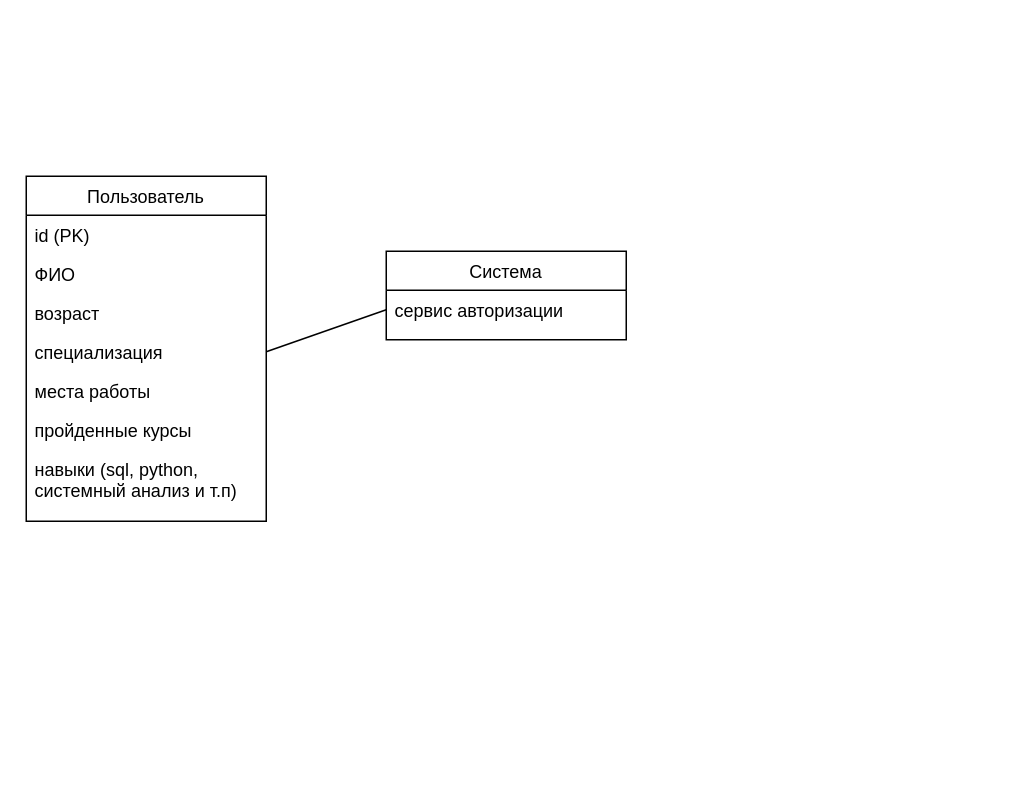
This is Сервис по созданию резюме Тест.drawio from pytonuserouner/UML_study, a draw.io file, before an edit. Source tidied: cells renumbered, new cells numbered last; positions are measured from the earlier drawing's top-left corner, leaving out a move shared by most shapes. Both pictures are drawn from the tidied source at 150%, with x=0, y=0 at pixel (26, 176).
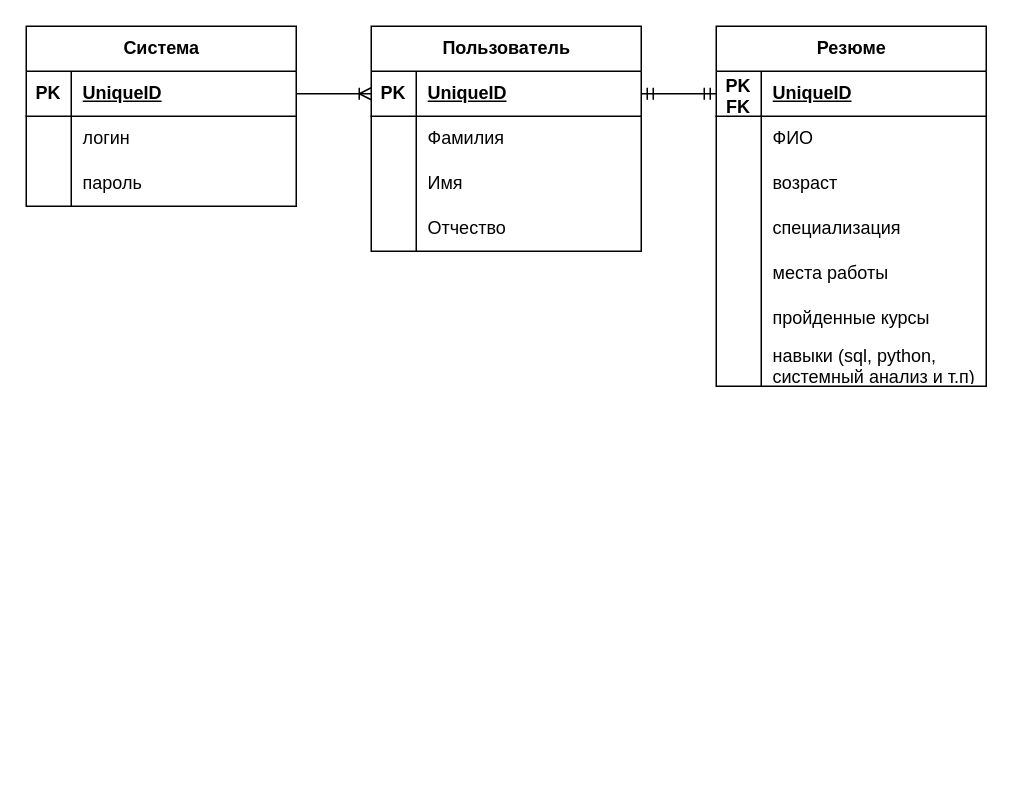
Above is the later version.

Diff of the diagram source:
```diff
@@
+    <mxCell id="13" style="edgeStyle=entityRelationEdgeStyle;fontSize=12;html=1;endArrow=ERoneToMany;rounded=0;entryX=0;entryY=0.5;entryDx=0;entryDy=0;exitX=1;exitY=0.5;exitDx=0;exitDy=0;" parent="1" edge="1" source="27" target="14">
+      <mxGeometry relative="1" as="geometry" />
+    </mxCell>
-    <mxCell id="2" value="Пользователь" style="swimlane;fontStyle=0;align=center;verticalAlign=top;horizontal=1;startSize=26;rounded=0;shadow=0;strokeWidth=1;" parent="1" vertex="1">
-      <mxGeometry width="160" height="230" as="geometry" />
+    <mxCell id="2" value="Пользователь" style="shape=table;startSize=30;childLayout=tableLayout;rowLines=0;fontStyle=1;align=center;html=1;" parent="1" vertex="1">
+      <mxGeometry x="230" y="-100" width="180" height="150" as="geometry" />
     </mxCell>
-    <mxCell id="3" value="id (PK)" style="text;align=left;verticalAlign=top;spacingLeft=4;spacingRight=4;overflow=hidden;" parent="2" vertex="1">
-      <mxGeometry y="26" width="160" height="26" as="geometry" />
-    </mxCell>
+    <mxCell id="14" style="shape=tableRow;horizontal=0;startSize=0;swimlaneHead=0;swimlaneBody=0;fillColor=none;points=[[0,0.5],[1,0.5]];portConstraint=eastwest;top=0;left=0;right=0;bottom=1;" parent="2" vertex="1">
+      <mxGeometry y="30" width="180" height="30" as="geometry" />
+    </mxCell>
+    <mxCell id="15" value="PK" style="shape=partialRectangle;fillColor=none;top=0;left=0;bottom=0;right=0;fontStyle=1;overflow=hidden;whiteSpace=wrap;html=1;" parent="14" vertex="1">
+      <mxGeometry width="30" height="30" as="geometry" />
+    </mxCell>
+    <mxCell id="16" value="UniqueID" style="shape=partialRectangle;fillColor=none;top=0;left=0;bottom=0;right=0;align=left;spacingLeft=6;fontStyle=5;overflow=hidden;whiteSpace=wrap;html=1;" parent="14" vertex="1">
+      <mxGeometry x="30" width="150" height="30" as="geometry" />
+    </mxCell>
+    <mxCell id="17" style="shape=tableRow;horizontal=0;startSize=0;swimlaneHead=0;swimlaneBody=0;fillColor=none;top=0;left=0;right=0;bottom=0;" parent="2" vertex="1">
+      <mxGeometry y="60" width="180" height="30" as="geometry" />
+    </mxCell>
+    <mxCell id="18" style="shape=partialRectangle;fillColor=none;top=0;left=0;bottom=0;right=0;overflow=hidden;whiteSpace=wrap;html=1;" parent="17" vertex="1">
+      <mxGeometry width="30" height="30" as="geometry" />
+    </mxCell>
+    <mxCell id="19" value="&lt;span style=&quot;text-wrap-mode: nowrap;&quot;&gt;Фамилия&lt;/span&gt;" style="shape=partialRectangle;fillColor=none;top=0;left=0;bottom=0;right=0;align=left;spacingLeft=6;overflow=hidden;whiteSpace=wrap;html=1;" parent="17" vertex="1">
+      <mxGeometry x="30" width="150" height="30" as="geometry" />
+    </mxCell>
+    <mxCell id="20" style="shape=tableRow;horizontal=0;startSize=0;swimlaneHead=0;swimlaneBody=0;fillColor=none;top=0;left=0;right=0;bottom=0;" parent="2" vertex="1">
+      <mxGeometry y="90" width="180" height="30" as="geometry" />
+    </mxCell>
+    <mxCell id="21" style="shape=partialRectangle;fillColor=none;top=0;left=0;bottom=0;right=0;overflow=hidden;whiteSpace=wrap;html=1;" parent="20" vertex="1">
+      <mxGeometry width="30" height="30" as="geometry" />
+    </mxCell>
+    <mxCell id="22" value="&lt;span style=&quot;text-wrap-mode: nowrap;&quot;&gt;Имя&lt;/span&gt;" style="shape=partialRectangle;fillColor=none;top=0;left=0;bottom=0;right=0;align=left;spacingLeft=6;overflow=hidden;whiteSpace=wrap;html=1;" parent="20" vertex="1">
+      <mxGeometry x="30" width="150" height="30" as="geometry" />
+    </mxCell>
+    <mxCell id="23" style="shape=tableRow;horizontal=0;startSize=0;swimlaneHead=0;swimlaneBody=0;fillColor=none;top=0;left=0;right=0;bottom=0;" parent="2" vertex="1">
+      <mxGeometry y="120" width="180" height="30" as="geometry" />
+    </mxCell>
+    <mxCell id="24" style="shape=partialRectangle;fillColor=none;top=0;left=0;bottom=0;right=0;overflow=hidden;whiteSpace=wrap;html=1;" parent="23" vertex="1">
+      <mxGeometry width="30" height="30" as="geometry" />
+    </mxCell>
+    <mxCell id="25" value="&lt;span style=&quot;text-wrap-mode: nowrap;&quot;&gt;Отчество&lt;/span&gt;" style="shape=partialRectangle;fillColor=none;top=0;left=0;bottom=0;right=0;align=left;spacingLeft=6;overflow=hidden;whiteSpace=wrap;html=1;" parent="23" vertex="1">
+      <mxGeometry x="30" width="150" height="30" as="geometry" />
+    </mxCell>
+    <mxCell id="26" style="shape=partialRectangle;fillColor=none;top=0;left=0;bottom=0;right=0;overflow=hidden;whiteSpace=wrap;html=1;" parent="1" vertex="1">
+      <mxGeometry y="360" width="30" height="30" as="geometry" />
+    </mxCell>
+    <mxCell id="10" value="Система" style="shape=table;startSize=30;childLayout=tableLayout;rowLines=0;fontStyle=1;align=center;html=1;" parent="1" vertex="1">
+      <mxGeometry y="-100" width="180" height="120" as="geometry" />
+    </mxCell>
+    <mxCell id="27" style="shape=tableRow;horizontal=0;startSize=0;swimlaneHead=0;swimlaneBody=0;fillColor=none;points=[[0,0.5],[1,0.5]];portConstraint=eastwest;top=0;left=0;right=0;bottom=1;" parent="10" vertex="1">
+      <mxGeometry y="30" width="180" height="30" as="geometry" />
+    </mxCell>
+    <mxCell id="28" value="PK" style="shape=partialRectangle;fillColor=none;top=0;left=0;bottom=0;right=0;fontStyle=1;overflow=hidden;whiteSpace=wrap;html=1;" parent="27" vertex="1">
+      <mxGeometry width="30" height="30" as="geometry" />
+    </mxCell>
+    <mxCell id="29" value="UniqueID" style="shape=partialRectangle;fillColor=none;top=0;left=0;bottom=0;right=0;align=left;spacingLeft=6;fontStyle=5;overflow=hidden;whiteSpace=wrap;html=1;" parent="27" vertex="1">
+      <mxGeometry x="30" width="150" height="30" as="geometry" />
+    </mxCell>
+    <mxCell id="30" style="shape=tableRow;horizontal=0;startSize=0;swimlaneHead=0;swimlaneBody=0;fillColor=none;top=0;left=0;right=0;bottom=0;" parent="10" vertex="1">
+      <mxGeometry y="60" width="180" height="30" as="geometry" />
+    </mxCell>
+    <mxCell id="31" style="shape=partialRectangle;fillColor=none;top=0;left=0;bottom=0;right=0;overflow=hidden;whiteSpace=wrap;html=1;perimeterSpacing=1;" parent="30" vertex="1">
+      <mxGeometry width="30" height="30" as="geometry" />
+    </mxCell>
+    <mxCell id="32" value="&lt;span style=&quot;text-wrap-mode: nowrap;&quot;&gt;логин&lt;/span&gt;" style="shape=partialRectangle;fillColor=none;top=0;left=0;bottom=0;right=0;align=left;spacingLeft=6;overflow=hidden;whiteSpace=wrap;html=1;" parent="30" vertex="1">
+      <mxGeometry x="30" width="150" height="30" as="geometry" />
+    </mxCell>
+    <mxCell id="33" style="shape=tableRow;horizontal=0;startSize=0;swimlaneHead=0;swimlaneBody=0;fillColor=none;top=0;left=0;right=0;bottom=0;" parent="10" vertex="1">
+      <mxGeometry y="90" width="180" height="30" as="geometry" />
+    </mxCell>
+    <mxCell id="34" style="shape=partialRectangle;fillColor=none;top=0;left=0;bottom=0;right=0;overflow=hidden;whiteSpace=wrap;html=1;" parent="33" vertex="1">
+      <mxGeometry width="30" height="30" as="geometry" />
+    </mxCell>
+    <mxCell id="35" value="&lt;span style=&quot;text-wrap-mode: nowrap;&quot;&gt;пароль&lt;/span&gt;" style="shape=partialRectangle;fillColor=none;top=0;left=0;bottom=0;right=0;align=left;spacingLeft=6;overflow=hidden;whiteSpace=wrap;html=1;" parent="33" vertex="1">
+      <mxGeometry x="30" width="150" height="30" as="geometry" />
+    </mxCell>
+    <mxCell id="36" value="Резюме" style="shape=table;startSize=30;childLayout=tableLayout;rowLines=0;fontStyle=1;align=center;html=1;" parent="1" vertex="1">
+      <mxGeometry x="460" y="-100" width="180" height="240" as="geometry" />
+    </mxCell>
+    <mxCell id="37" style="shape=tableRow;horizontal=0;startSize=0;swimlaneHead=0;swimlaneBody=0;fillColor=none;points=[[0,0.5],[1,0.5]];portConstraint=eastwest;top=0;left=0;right=0;bottom=1;" parent="36" vertex="1">
+      <mxGeometry y="30" width="180" height="30" as="geometry" />
+    </mxCell>
+    <mxCell id="38" value="PK&lt;div&gt;FK&lt;/div&gt;" style="shape=partialRectangle;fillColor=none;top=0;left=0;bottom=0;right=0;fontStyle=1;overflow=hidden;whiteSpace=wrap;html=1;" parent="37" vertex="1">
+      <mxGeometry width="30" height="30" as="geometry" />
+    </mxCell>
+    <mxCell id="39" value="UniqueID" style="shape=partialRectangle;fillColor=none;top=0;left=0;bottom=0;right=0;align=left;spacingLeft=6;fontStyle=5;overflow=hidden;whiteSpace=wrap;html=1;" parent="37" vertex="1">
+      <mxGeometry x="30" width="150" height="30" as="geometry" />
+    </mxCell>
+    <mxCell id="40" style="shape=tableRow;horizontal=0;startSize=0;swimlaneHead=0;swimlaneBody=0;fillColor=none;top=0;left=0;right=0;bottom=0;" parent="36" vertex="1">
+      <mxGeometry y="60" width="180" height="30" as="geometry" />
+    </mxCell>
+    <mxCell id="41" style="shape=partialRectangle;fillColor=none;top=0;left=0;bottom=0;right=0;overflow=hidden;whiteSpace=wrap;html=1;" parent="40" vertex="1">
+      <mxGeometry width="30" height="30" as="geometry" />
+    </mxCell>
-    <mxCell id="4" value="ФИО" style="text;align=left;verticalAlign=top;spacingLeft=4;spacingRight=4;overflow=hidden;" parent="2" vertex="1">
-      <mxGeometry y="52" width="160" height="26" as="geometry" />
+    <mxCell id="4" value="&lt;span style=&quot;text-wrap-mode: nowrap;&quot;&gt;ФИО&lt;/span&gt;" style="shape=partialRectangle;fillColor=none;top=0;left=0;bottom=0;right=0;align=left;spacingLeft=6;overflow=hidden;whiteSpace=wrap;html=1;" parent="40" vertex="1">
+      <mxGeometry x="30" width="150" height="30" as="geometry" />
     </mxCell>
+    <mxCell id="42" style="shape=tableRow;horizontal=0;startSize=0;swimlaneHead=0;swimlaneBody=0;fillColor=none;top=0;left=0;right=0;bottom=0;" parent="36" vertex="1">
+      <mxGeometry y="90" width="180" height="30" as="geometry" />
+    </mxCell>
+    <mxCell id="43" style="shape=partialRectangle;fillColor=none;top=0;left=0;bottom=0;right=0;overflow=hidden;whiteSpace=wrap;html=1;" parent="42" vertex="1">
+      <mxGeometry width="30" height="30" as="geometry" />
+    </mxCell>
-    <mxCell id="5" value="возраст" style="text;align=left;verticalAlign=top;spacingLeft=4;spacingRight=4;overflow=hidden;rounded=0;shadow=0;html=0;" parent="2" vertex="1">
-      <mxGeometry y="78" width="160" height="26" as="geometry" />
+    <mxCell id="5" value="&lt;span style=&quot;text-wrap-mode: nowrap;&quot;&gt;возраст&lt;/span&gt;" style="shape=partialRectangle;fillColor=none;top=0;left=0;bottom=0;right=0;align=left;spacingLeft=6;overflow=hidden;whiteSpace=wrap;html=1;" parent="42" vertex="1">
+      <mxGeometry x="30" width="150" height="30" as="geometry" />
     </mxCell>
+    <mxCell id="44" style="shape=tableRow;horizontal=0;startSize=0;swimlaneHead=0;swimlaneBody=0;fillColor=none;top=0;left=0;right=0;bottom=0;" parent="36" vertex="1">
+      <mxGeometry y="120" width="180" height="30" as="geometry" />
+    </mxCell>
+    <mxCell id="45" style="shape=partialRectangle;fillColor=none;top=0;left=0;bottom=0;right=0;overflow=hidden;whiteSpace=wrap;html=1;" parent="44" vertex="1">
+      <mxGeometry width="30" height="30" as="geometry" />
+    </mxCell>
-    <mxCell id="6" value="специализация" style="text;align=left;verticalAlign=top;spacingLeft=4;spacingRight=4;overflow=hidden;points=[[0,0.5],[1,0.5]];portConstraint=eastwest;rounded=0;shadow=0;html=0;" parent="2" vertex="1">
-      <mxGeometry y="104" width="160" height="26" as="geometry" />
+    <mxCell id="6" value="&lt;span style=&quot;text-wrap-mode: nowrap;&quot;&gt;специализация&lt;/span&gt;" style="shape=partialRectangle;fillColor=none;top=0;left=0;bottom=0;right=0;align=left;spacingLeft=6;overflow=hidden;whiteSpace=wrap;html=1;" parent="44" vertex="1">
+      <mxGeometry x="30" width="150" height="30" as="geometry" />
     </mxCell>
+    <mxCell id="46" style="shape=tableRow;horizontal=0;startSize=0;swimlaneHead=0;swimlaneBody=0;fillColor=none;top=0;left=0;right=0;bottom=0;" parent="36" vertex="1">
+      <mxGeometry y="150" width="180" height="30" as="geometry" />
+    </mxCell>
+    <mxCell id="47" style="shape=partialRectangle;fillColor=none;top=0;left=0;bottom=0;right=0;overflow=hidden;whiteSpace=wrap;html=1;" parent="46" vertex="1">
+      <mxGeometry width="30" height="30" as="geometry" />
+    </mxCell>
-    <mxCell id="7" value="места работы" style="text;align=left;verticalAlign=top;spacingLeft=4;spacingRight=4;overflow=hidden;rounded=0;shadow=0;html=0;" parent="2" vertex="1">
-      <mxGeometry y="130" width="160" height="26" as="geometry" />
+    <mxCell id="7" value="&lt;span style=&quot;text-wrap-mode: nowrap;&quot;&gt;места работы&lt;/span&gt;" style="shape=partialRectangle;fillColor=none;top=0;left=0;bottom=0;right=0;align=left;spacingLeft=6;overflow=hidden;whiteSpace=wrap;html=1;" parent="46" vertex="1">
+      <mxGeometry x="30" width="150" height="30" as="geometry" />
     </mxCell>
+    <mxCell id="48" style="shape=tableRow;horizontal=0;startSize=0;swimlaneHead=0;swimlaneBody=0;fillColor=none;top=0;left=0;right=0;bottom=0;" parent="36" vertex="1">
+      <mxGeometry y="180" width="180" height="30" as="geometry" />
+    </mxCell>
+    <mxCell id="49" style="shape=partialRectangle;fillColor=none;top=0;left=0;bottom=0;right=0;overflow=hidden;whiteSpace=wrap;html=1;" parent="48" vertex="1">
+      <mxGeometry width="30" height="30" as="geometry" />
+    </mxCell>
-    <mxCell id="8" value="пройденные курсы" style="text;align=left;verticalAlign=top;spacingLeft=4;spacingRight=4;overflow=hidden;rounded=0;shadow=0;html=0;" parent="2" vertex="1">
-      <mxGeometry y="156" width="160" height="26" as="geometry" />
+    <mxCell id="8" value="&lt;span style=&quot;text-wrap-mode: nowrap;&quot;&gt;пройденные курсы&lt;/span&gt;" style="shape=partialRectangle;fillColor=none;top=0;left=0;bottom=0;right=0;align=left;spacingLeft=6;overflow=hidden;whiteSpace=wrap;html=1;" parent="48" vertex="1">
+      <mxGeometry x="30" width="150" height="30" as="geometry" />
     </mxCell>
+    <mxCell id="50" style="shape=tableRow;horizontal=0;startSize=0;swimlaneHead=0;swimlaneBody=0;fillColor=none;top=0;left=0;right=0;bottom=0;" parent="36" vertex="1">
+      <mxGeometry y="210" width="180" height="30" as="geometry" />
+    </mxCell>
+    <mxCell id="51" style="shape=partialRectangle;fillColor=none;top=0;left=0;bottom=0;right=0;overflow=hidden;whiteSpace=wrap;html=1;" parent="50" vertex="1">
+      <mxGeometry width="30" height="30" as="geometry" />
+    </mxCell>
-    <mxCell id="9" value="навыки (sql, python,&#10;системный анализ и т.п)" style="text;align=left;verticalAlign=top;spacingLeft=4;spacingRight=4;overflow=hidden;rounded=0;shadow=0;html=0;" parent="2" vertex="1">
-      <mxGeometry y="182" width="160" height="44" as="geometry" />
+    <mxCell id="9" value="&lt;span style=&quot;text-wrap-mode: nowrap;&quot;&gt;навыки (sql, python,&lt;/span&gt;&lt;br style=&quot;padding: 0px; margin: 0px; text-wrap-mode: nowrap;&quot;&gt;&lt;span style=&quot;text-wrap-mode: nowrap;&quot;&gt;системный анализ и т.п)&lt;/span&gt;" style="shape=partialRectangle;fillColor=none;top=0;left=0;bottom=0;right=0;align=left;spacingLeft=6;overflow=hidden;whiteSpace=wrap;html=1;" parent="50" vertex="1">
+      <mxGeometry x="30" width="150" height="30" as="geometry" />
     </mxCell>
-    <mxCell id="10" value="Система" style="swimlane;fontStyle=0;align=center;verticalAlign=top;horizontal=1;startSize=26;rounded=0;shadow=0;strokeWidth=1;" parent="1" vertex="1">
-      <mxGeometry x="240" y="50" width="160" height="59" as="geometry" />
-    </mxCell>
-    <mxCell id="11" value="сервис авторизации" style="text;align=left;verticalAlign=top;spacingLeft=4;spacingRight=4;overflow=hidden;points=[[0,0.5],[1,0.5]];portConstraint=eastwest;" parent="10" vertex="1">
-      <mxGeometry y="26" width="160" height="26" as="geometry" />
-    </mxCell>
-    <mxCell id="12" style="endArrow=none;html=1;rounded=0;exitX=1;exitY=0.5;exitDx=0;exitDy=0;entryX=0;entryY=0.5;entryDx=0;entryDy=0;" parent="1" edge="1" source="6" target="11">
-      <mxGeometry relative="1" as="geometry" />
-    </mxCell>
+    <mxCell id="52" style="edgeStyle=entityRelationEdgeStyle;fontSize=12;html=1;endArrow=ERmandOne;startArrow=ERmandOne;rounded=0;entryX=0;entryY=0.5;entryDx=0;entryDy=0;exitX=1;exitY=0.5;exitDx=0;exitDy=0;" parent="1" edge="1" source="14" target="37">
+      <mxGeometry relative="1" as="geometry" />
+    </mxCell>
```
